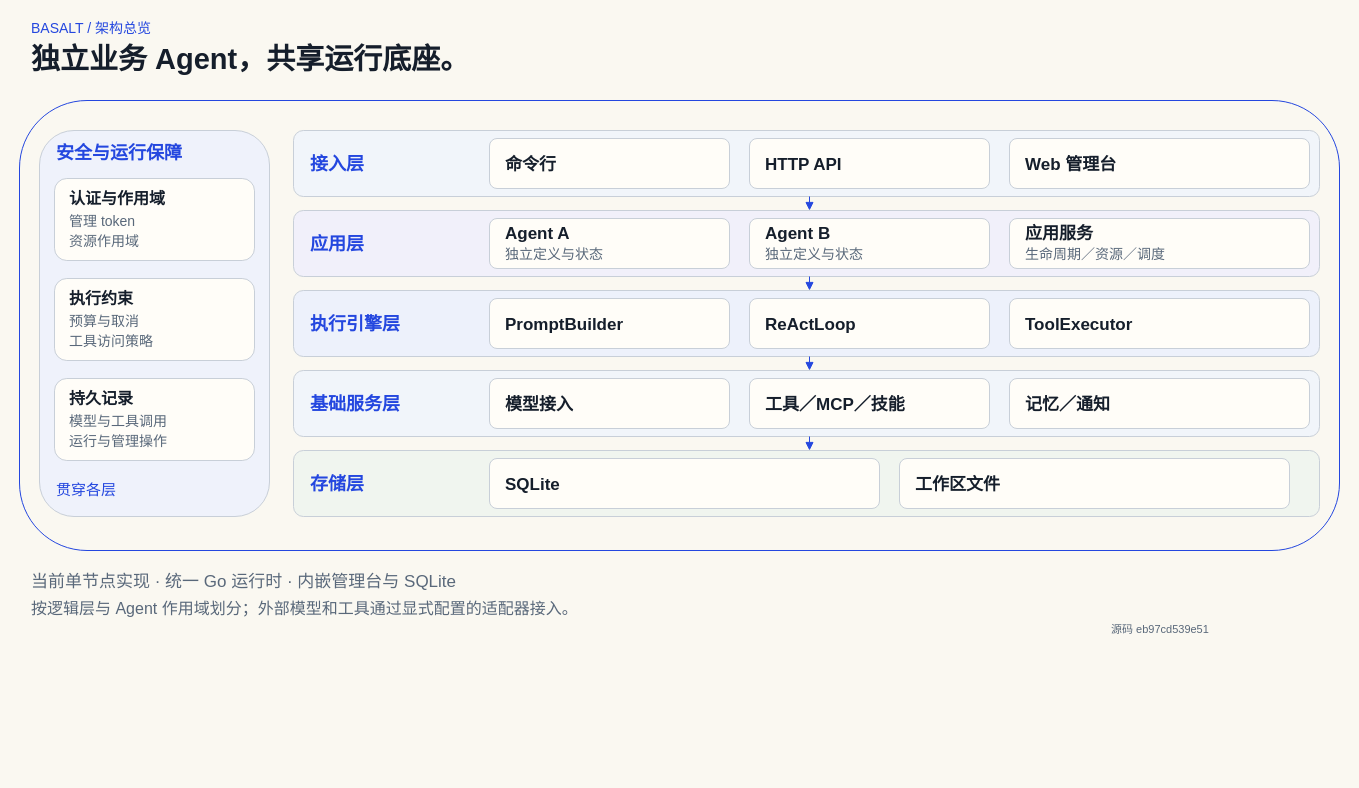
Before: page "system-architecture-zh" (4 of 12) of website/diagrams/basalt-diagrams.drawio in ymedword/basalt, a draw.io diagram. Source tidied: cells renumbered, new cells numbered last; positions are measured from the earlier drawing's top-left corner, leaving out a move shared by most shapes. Both pictures are drawn from the tidied source at 100%, with x=0, y=0 at pixel (19, 17).
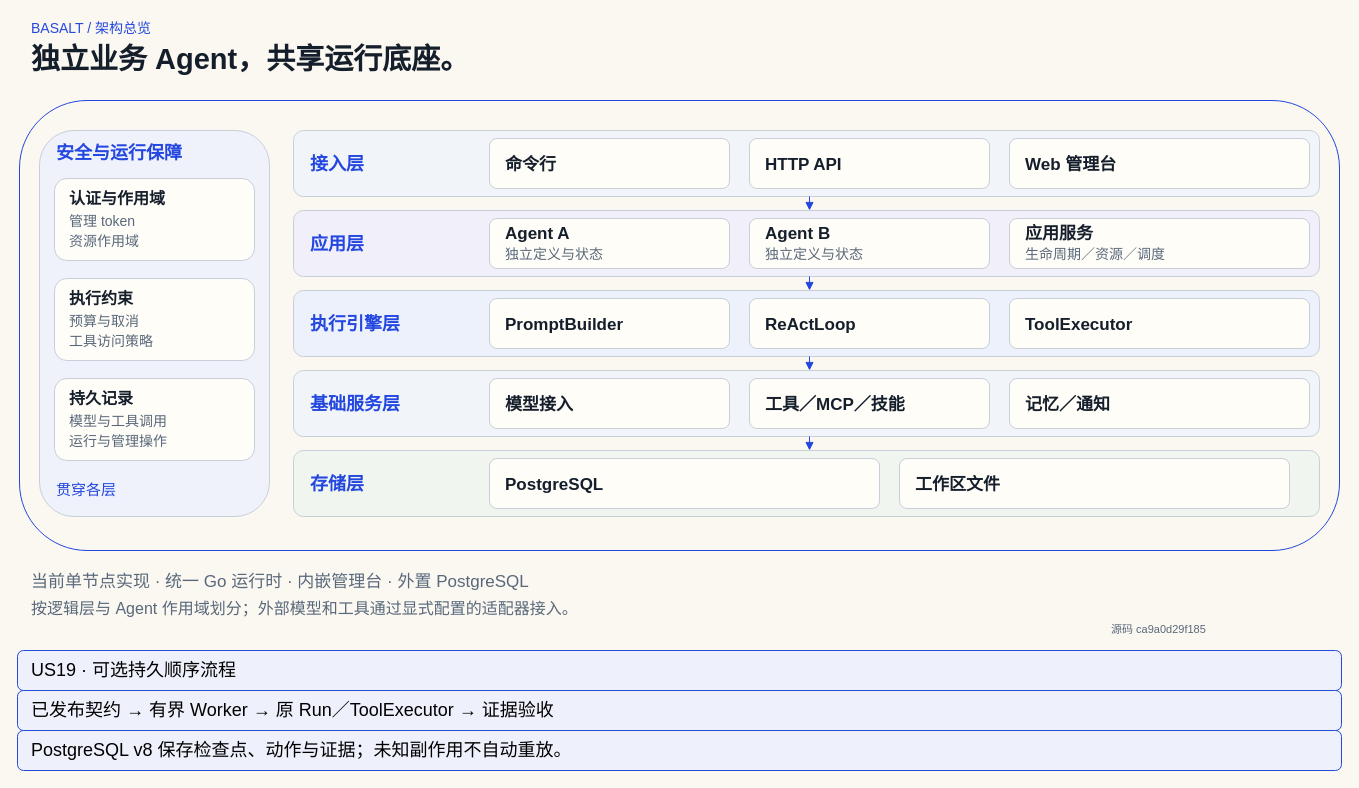
The same page after the edit.

Change to the diagram source:
```diff
@@
-    <mxCell id="57" value="SQLite" style="text;html=0;whiteSpace=wrap;align=left;verticalAlign=middle;fontFamily=Arial;fontSize=17;fontColor=#151e2b;fontStyle=1;" parent="1" vertex="1">
+    <mxCell id="57" value="PostgreSQL" style="text;html=0;whiteSpace=wrap;align=left;verticalAlign=middle;fontFamily=Arial;fontSize=17;fontColor=#151e2b;fontStyle=1;" parent="1" vertex="1">
       <mxGeometry x="484" y="456" width="362" height="24" as="geometry" />
     </mxCell>
@@
-    <mxCell id="61" value="当前单节点实现 · 统一 Go 运行时 · 内嵌管理台与 SQLite" style="text;html=0;whiteSpace=wrap;align=left;verticalAlign=middle;fontFamily=Arial;fontSize=17;fontColor=#59687a;" parent="1" vertex="1">
+    <mxCell id="61" value="当前单节点实现 · 统一 Go 运行时 · 内嵌管理台 · 外置 PostgreSQL" style="text;html=0;whiteSpace=wrap;align=left;verticalAlign=middle;fontFamily=Arial;fontSize=17;fontColor=#59687a;" parent="1" vertex="1">
       <mxGeometry x="10" y="553" width="1200" height="24" as="geometry" />
     </mxCell>
@@
-    <mxCell id="63" value="源码 eb97cd539e51" style="text;html=0;whiteSpace=wrap;align=left;verticalAlign=middle;fontFamily=Arial;fontSize=11;fontColor=#59687a;" parent="1" vertex="1">
+    <mxCell id="63" value="源码 ca9a0d29f185" style="text;html=0;whiteSpace=wrap;align=left;verticalAlign=middle;fontFamily=Arial;fontSize=11;fontColor=#59687a;" parent="1" vertex="1">
       <mxGeometry x="1090" y="603" width="230" height="18" as="geometry" />
     </mxCell>
@@
+    <mxCell id="68" value="US19 · 可选持久顺序流程" style="rounded=1;whiteSpace=wrap;html=0;fillColor=#eef1fb;strokeColor=#244bd8;fontSize=18;align=left;spacingLeft=12;" parent="1" vertex="1">
+      <mxGeometry x="-2" y="633" width="1324" height="40" as="geometry" />
+    </mxCell>
+    <mxCell id="69" value="已发布契约 → 有界 Worker → 原 Run／ToolExecutor → 证据验收" style="rounded=1;whiteSpace=wrap;html=0;fillColor=#eef1fb;strokeColor=#244bd8;fontSize=18;align=left;spacingLeft=12;" parent="1" vertex="1">
+      <mxGeometry x="-2" y="673" width="1324" height="40" as="geometry" />
+    </mxCell>
+    <mxCell id="70" value="PostgreSQL v8 保存检查点、动作与证据；未知副作用不自动重放。" style="rounded=1;whiteSpace=wrap;html=0;fillColor=#eef1fb;strokeColor=#244bd8;fontSize=18;align=left;spacingLeft=12;" parent="1" vertex="1">
+      <mxGeometry x="-2" y="713" width="1324" height="40" as="geometry" />
+    </mxCell>
```
